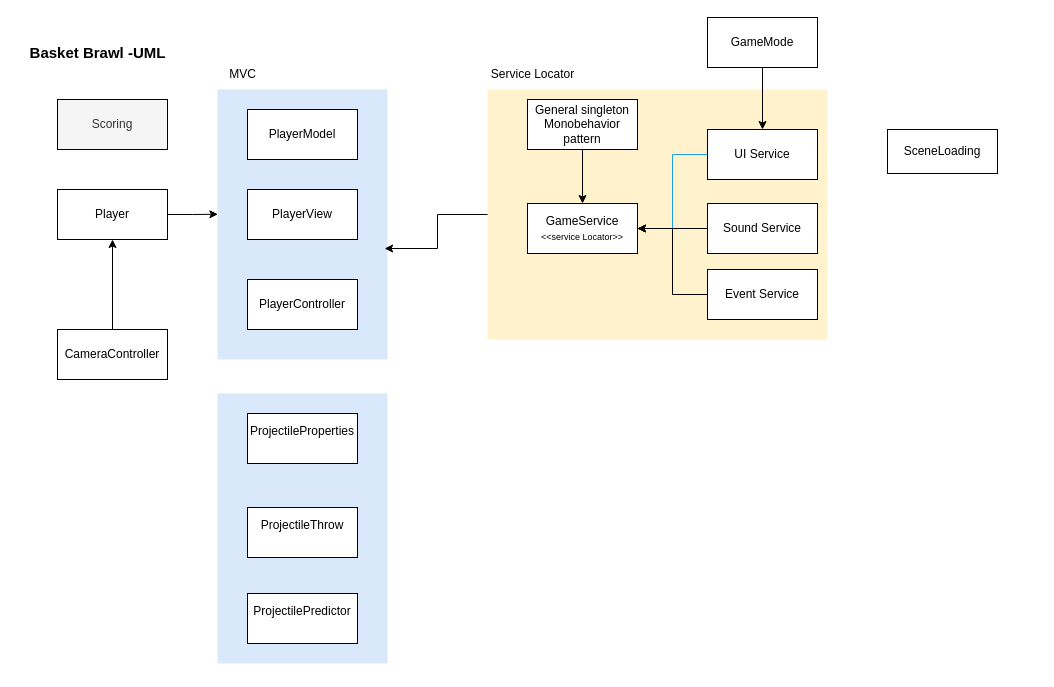
Bhusan1225/Basketball-Shooting keeps this draw.io diagram as Basket Brawl.drawio. Above is the earlier version. Source tidied: cells renumbered, new cells numbered last; positions are measured from the earlier drawing's top-left corner, leaving out a move shared by most shapes. Both pictures are drawn from the tidied source at 100%, with x=0, y=0 at pixel (17, 17).
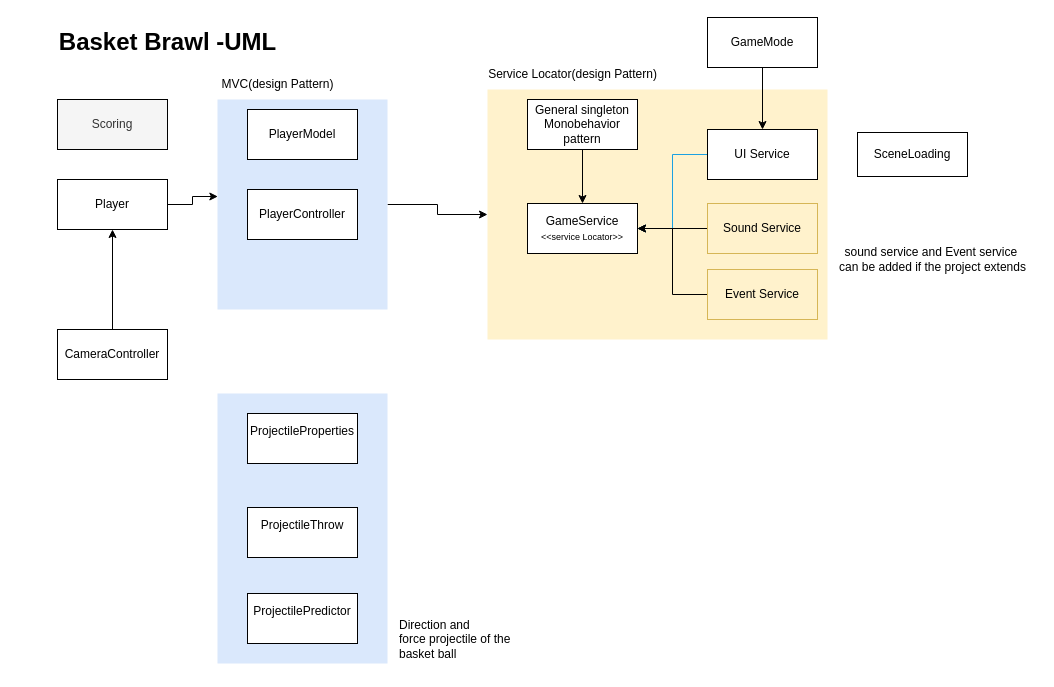
After the change.

Unchanged cells that the change refers to:
```xml
<mxCell id="2" style="rounded=0;whiteSpace=wrap;html=1;fillColor=#fff2cc;strokeColor=none;" parent="1" vertex="1">
  <mxGeometry x="470" y="72" width="340" height="250" as="geometry" />
</mxCell>
```

Diff of the diagram source:
```diff
@@
+    <mxCell id="32" style="edgeStyle=orthogonalEdgeStyle;rounded=0;jettySize=auto;html=1;" parent="1" edge="1" source="4" target="2">
+      <mxGeometry relative="1" as="geometry" />
+    </mxCell>
     <mxCell id="4" style="rounded=0;whiteSpace=wrap;html=1;fillColor=#dae8fc;strokeColor=none;" parent="1" vertex="1">
-      <mxGeometry x="200" y="72" width="170" height="270" as="geometry" />
+      <mxGeometry x="200" y="82" width="170" height="210" as="geometry" />
     </mxCell>
     <mxCell id="5" value="Player" style="html=1;whiteSpace=wrap;" parent="1" vertex="1">
-      <mxGeometry x="40" y="172" width="110" height="50" as="geometry" />
+      <mxGeometry x="40" y="162" width="110" height="50" as="geometry" />
     </mxCell>
@@
-    <mxCell id="8" value="PlayerView" style="html=1;whiteSpace=wrap;" parent="1" vertex="1">
-      <mxGeometry x="230" y="172" width="110" height="50" as="geometry" />
-    </mxCell>
     <mxCell id="9" value="PlayerController" style="html=1;whiteSpace=wrap;" parent="1" vertex="1">
-      <mxGeometry x="230" y="262" width="110" height="50" as="geometry" />
+      <mxGeometry x="230" y="172" width="110" height="50" as="geometry" />
     </mxCell>
@@
     <mxCell id="16" value="SceneLoading" style="html=1;whiteSpace=wrap;" parent="1" vertex="1">
-      <mxGeometry x="870" y="112" width="110" height="44" as="geometry" />
+      <mxGeometry x="840" y="115" width="110" height="44" as="geometry" />
     </mxCell>
@@
-    <mxCell id="23" value="Sound Service" style="html=1;whiteSpace=wrap;" parent="1" vertex="1">
+    <mxCell id="23" value="Sound Service" style="html=1;whiteSpace=wrap;fillColor=#fff2cc;strokeColor=#d6b656;" parent="1" vertex="1">
       <mxGeometry x="690" y="186" width="110" height="50" as="geometry" />
     </mxCell>
@@
-    <mxCell id="25" value="Event Service" style="html=1;whiteSpace=wrap;" parent="1" vertex="1">
+    <mxCell id="25" value="Event Service" style="html=1;whiteSpace=wrap;fillColor=#fff2cc;strokeColor=#d6b656;" parent="1" vertex="1">
       <mxGeometry x="690" y="252" width="110" height="50" as="geometry" />
     </mxCell>
-    <mxCell id="26" value="&lt;b&gt;&lt;font style=&quot;font-size: 15px;&quot;&gt;Basket Brawl -UML&lt;/font&gt;&lt;/b&gt;" style="text;html=1;align=center;verticalAlign=middle;strokeColor=none;fillColor=none;" parent="1" vertex="1">
-      <mxGeometry y="20" width="160" height="30" as="geometry" />
+    <mxCell id="26" value="&lt;b&gt;&lt;font style=&quot;font-size: 24px;&quot;&gt;Basket Brawl -UML&lt;/font&gt;&lt;/b&gt;" style="text;html=1;align=center;verticalAlign=middle;strokeColor=none;fillColor=none;" parent="1" vertex="1">
+      <mxGeometry x="30" y="5" width="240" height="40" as="geometry" />
     </mxCell>
-    <mxCell id="27" value="MVC" style="text;html=1;align=center;verticalAlign=middle;strokeColor=none;fillColor=none;" parent="1" vertex="1">
-      <mxGeometry x="200" y="42" width="50" height="30" as="geometry" />
+    <mxCell id="27" value="MVC(design Pattern)" style="text;html=1;align=center;verticalAlign=middle;strokeColor=none;fillColor=none;" parent="1" vertex="1">
+      <mxGeometry x="190" y="52" width="140" height="30" as="geometry" />
     </mxCell>
-    <mxCell id="28" value="Service Locator" style="text;html=1;align=center;verticalAlign=middle;strokeColor=none;fillColor=none;" parent="1" vertex="1">
-      <mxGeometry x="460" y="42" width="110" height="30" as="geometry" />
+    <mxCell id="28" value="Service Locator(design Pattern)" style="text;html=1;align=center;verticalAlign=middle;strokeColor=none;fillColor=none;" parent="1" vertex="1">
+      <mxGeometry x="460" y="42" width="190" height="30" as="geometry" />
     </mxCell>
@@
-    <mxCell id="31" style="edgeStyle=orthogonalEdgeStyle;rounded=0;jettySize=auto;html=1;entryX=0.983;entryY=0.589;entryDx=0;entryDy=0;entryPerimeter=0;" parent="1" edge="1" source="2" target="4">
-      <mxGeometry relative="1" as="geometry" />
-    </mxCell>
+    <mxCell id="33" value="sound service and Event service&amp;nbsp;&lt;div&gt;can be added if the project extends&lt;/div&gt;" style="text;html=1;align=center;verticalAlign=middle;strokeColor=none;fillColor=none;" parent="1" vertex="1">
+      <mxGeometry x="810" y="222" width="210" height="40" as="geometry" />
+    </mxCell>
+    <mxCell id="34" value="Direction and&amp;nbsp;&lt;div&gt;force projectile of the&lt;/div&gt;&lt;div&gt;basket ball&lt;/div&gt;" style="text;html=1;align=left;verticalAlign=middle;strokeColor=none;fillColor=none;" parent="1" vertex="1">
+      <mxGeometry x="380" y="592" width="130" height="60" as="geometry" />
+    </mxCell>
```
